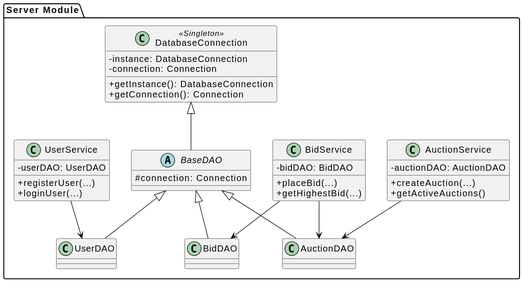
The PlantUML diagram docs/images/class_server.svg in duydo11/auction-system-cua-hai-giang-duy-va-beo, before a commit. Its diagram source:
```plantuml
@startuml
skinparam classAttributeIconSize 0

package "Server Module" {
  class DatabaseConnection <<Singleton>> {
    - instance: DatabaseConnection
    - connection: Connection
    + getInstance(): DatabaseConnection
    + getConnection(): Connection
  }

  abstract class BaseDAO {
    # connection: Connection
  }

  class UserDAO
  class AuctionDAO
  class BidDAO

  class UserService {
    - userDAO: UserDAO
    + registerUser(...)
    + loginUser(...)
  }

  class AuctionService {
    - auctionDAO: AuctionDAO
    + createAuction(...)
    + getActiveAuctions()
  }

  class BidService {
    - bidDAO: BidDAO
    + placeBid(...)
    + getHighestBid(...)
  }

  DatabaseConnection <|-- BaseDAO
  BaseDAO <|-- UserDAO
  BaseDAO <|-- AuctionDAO
  BaseDAO <|-- BidDAO

  UserService --> UserDAO
  AuctionService --> AuctionDAO
  BidService --> BidDAO
  BidService --> AuctionDAO
}
@enduml
```
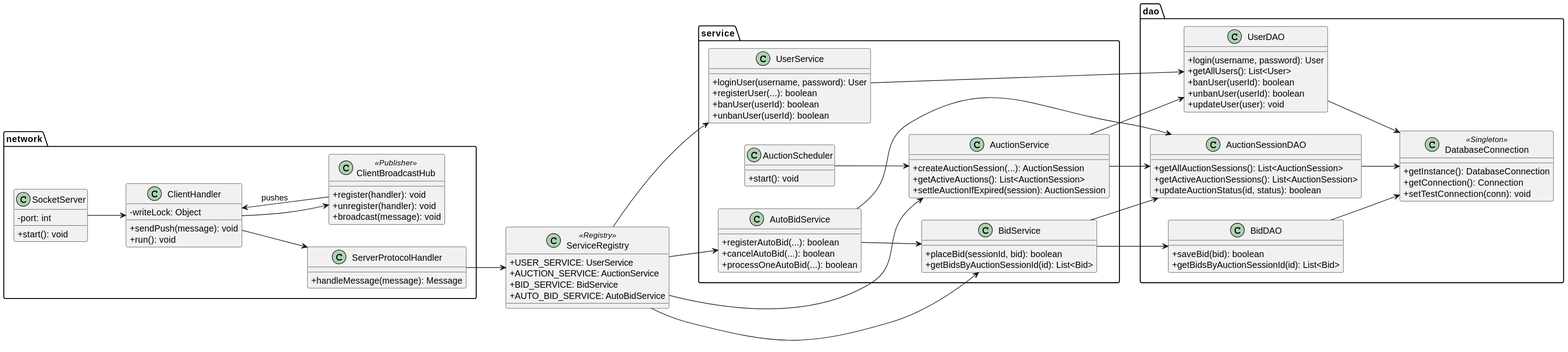
Above is the later version.

Change to the diagram source:
```diff
@@ -1,48 +1,112 @@
 @startuml
 skinparam classAttributeIconSize 0
+left to right direction
 
-package "Server Module" {
-  class DatabaseConnection <<Singleton>> {
-    - instance: DatabaseConnection
-    - connection: Connection
-    + getInstance(): DatabaseConnection
-    + getConnection(): Connection
+package "network" {
+  class SocketServer {
+    - port: int
+    + start(): void
   }
 
-  abstract class BaseDAO {
-    # connection: Connection
+  class ClientHandler {
+    - writeLock: Object
+    + sendPush(message): void
+    + run(): void
   }
 
-  class UserDAO
-  class AuctionDAO
-  class BidDAO
+  class ServerProtocolHandler {
+    + handleMessage(message): Message
+  }
 
+  class ClientBroadcastHub <<Publisher>> {
+    + register(handler): void
+    + unregister(handler): void
+    + broadcast(message): void
+  }
+}
+
+package "service" {
   class UserService {
-    - userDAO: UserDAO
-    + registerUser(...)
-    + loginUser(...)
+    + loginUser(username, password): User
+    + registerUser(...): boolean
+    + banUser(userId): boolean
+    + unbanUser(userId): boolean
   }
 
   class AuctionService {
-    - auctionDAO: AuctionDAO
-    + createAuction(...)
-    + getActiveAuctions()
+    + createAuctionSession(...): AuctionSession
+    + getActiveAuctions(): List<AuctionSession>
+    + settleAuctionIfExpired(session): AuctionSession
   }
 
   class BidService {
-    - bidDAO: BidDAO
-    + placeBid(...)
-    + getHighestBid(...)
+    + placeBid(sessionId, bid): boolean
+    + getBidsByAuctionSessionId(id): List<Bid>
   }
 
-  DatabaseConnection <|-- BaseDAO
-  BaseDAO <|-- UserDAO
-  BaseDAO <|-- AuctionDAO
-  BaseDAO <|-- BidDAO
+  class AutoBidService {
+    + registerAutoBid(...): boolean
+    + cancelAutoBid(...): boolean
+    + processOneAutoBid(...): boolean
+  }
 
-  UserService --> UserDAO
-  AuctionService --> AuctionDAO
-  BidService --> BidDAO
-  BidService --> AuctionDAO
+  class AuctionScheduler {
+    + start(): void
+  }
 }
+
+package "dao" {
+  class DatabaseConnection <<Singleton>> {
+    + getInstance(): DatabaseConnection
+    + getConnection(): Connection
+    + setTestConnection(conn): void
+  }
+
+  class UserDAO {
+    + login(username, password): User
+    + getAllUsers(): List<User>
+    + banUser(userId): boolean
+    + unbanUser(userId): boolean
+    + updateUser(user): void
+  }
+
+  class AuctionSessionDAO {
+    + getAllAuctionSessions(): List<AuctionSession>
+    + getActiveAuctionSessions(): List<AuctionSession>
+    + updateAuctionStatus(id, status): boolean
+  }
+
+  class BidDAO {
+    + saveBid(bid): boolean
+    + getBidsByAuctionSessionId(id): List<Bid>
+  }
+}
+
+class ServiceRegistry <<Registry>> {
+  + USER_SERVICE: UserService
+  + AUCTION_SERVICE: AuctionService
+  + BID_SERVICE: BidService
+  + AUTO_BID_SERVICE: AutoBidService
+}
+
+SocketServer --> ClientHandler
+ClientHandler --> ServerProtocolHandler
+ClientHandler --> ClientBroadcastHub
+ServerProtocolHandler --> ServiceRegistry
+ServiceRegistry --> UserService
+ServiceRegistry --> AuctionService
+ServiceRegistry --> BidService
+ServiceRegistry --> AutoBidService
+AuctionScheduler --> AuctionService
+UserService --> UserDAO
+AuctionService --> AuctionSessionDAO
+AuctionService --> UserDAO
+BidService --> BidDAO
+BidService --> AuctionSessionDAO
+AutoBidService --> BidService
+AutoBidService --> AuctionSessionDAO
+ClientBroadcastHub --> ClientHandler : pushes
+UserDAO --> DatabaseConnection
+AuctionSessionDAO --> DatabaseConnection
+BidDAO --> DatabaseConnection
 @enduml
```
